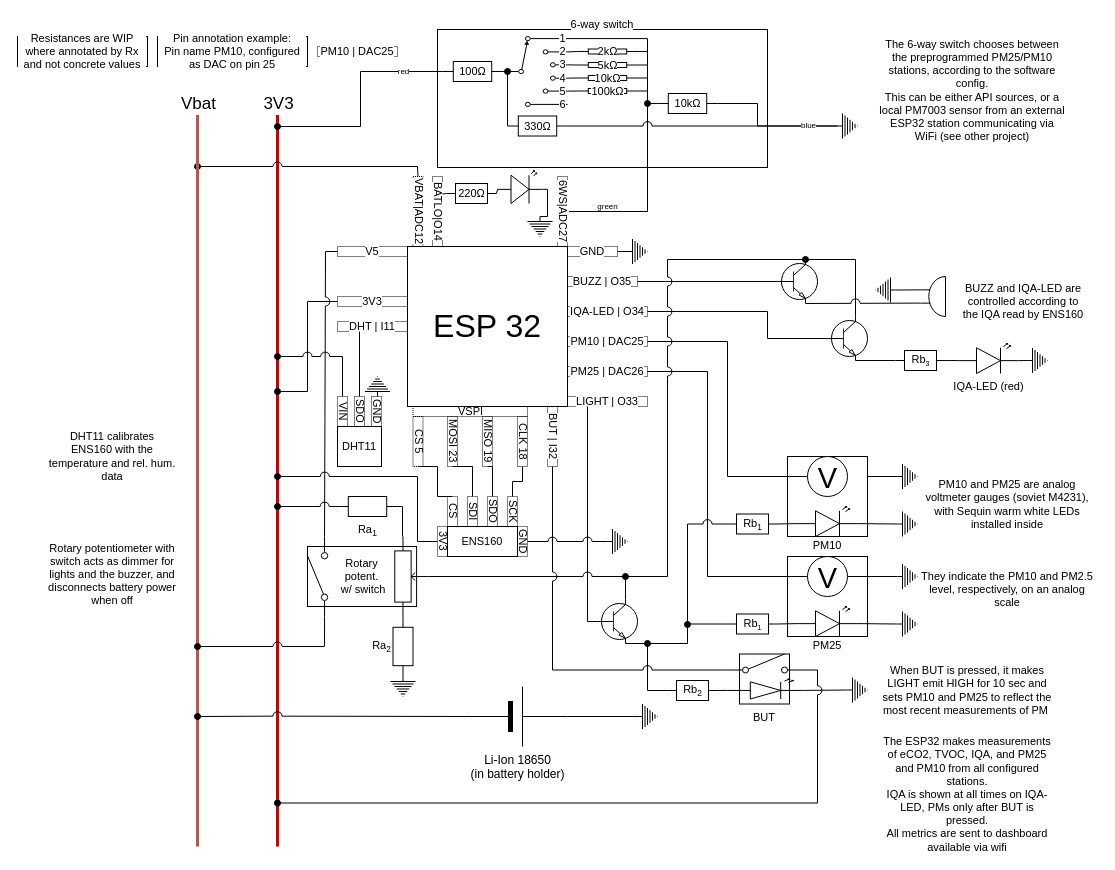
Above: airstation-base.drawio in maclav3/airstation (draw.io), before the change. Source tidied: cells renumbered, new cells numbered last; positions are measured from the earlier drawing's top-left corner, leaving out a move shared by most shapes. Both pictures are drawn from the tidied source at 100%, with x=0, y=0 at pixel (17, 29).
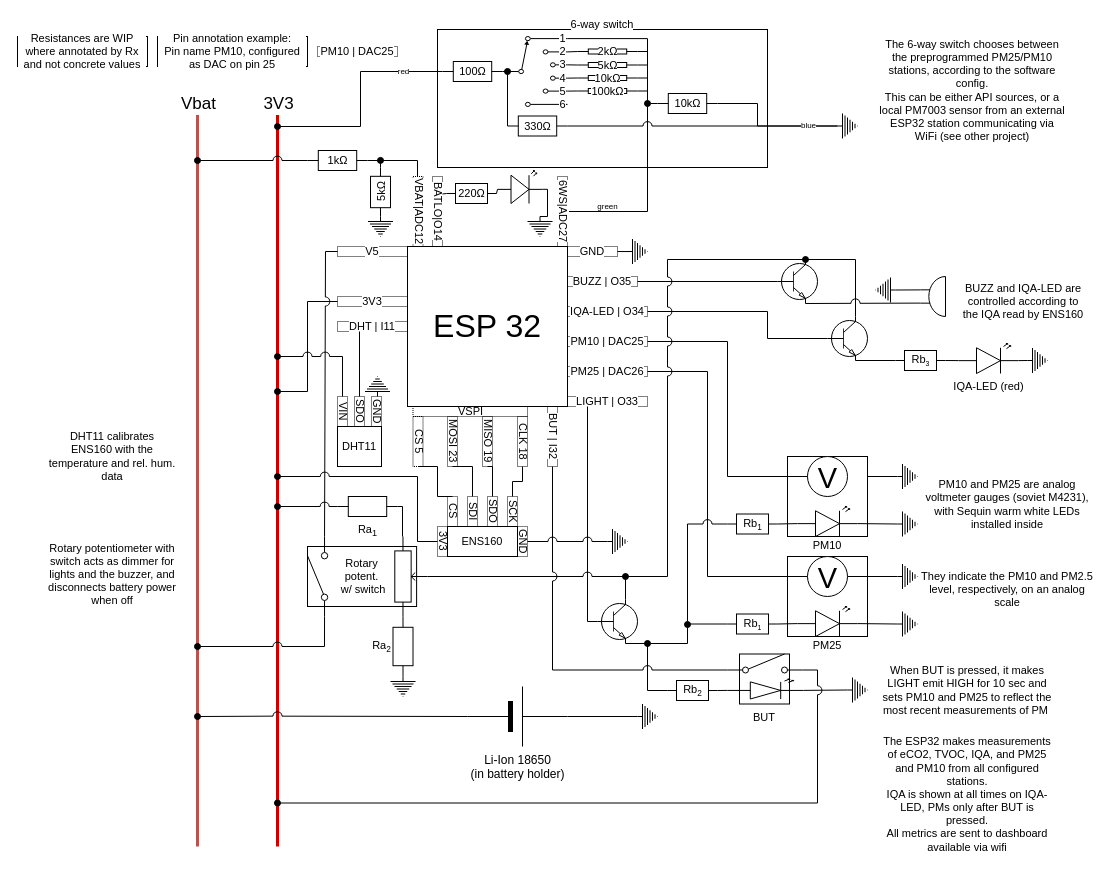
Above is the later version.

Commit message:
add voltage divider to vbat

Unchanged cells that the change refers to:
```xml
<mxCell id="132" value="VBAT|ADC12" style="text;html=1;align=center;verticalAlign=middle;whiteSpace=wrap;rounded=0;fontFamily=Helvetica;fontSize=11;fontColor=default;labelBackgroundColor=default;fillColor=none;strokeColor=default;dashed=1;textDirection=vertical-rl;horizontal=1;direction=south;dashPattern=1 1;" parent="1" vertex="1">
  <mxGeometry x="395.5" y="147" width="10" height="70" as="geometry" />
</mxCell>
```

Diff of the diagram source:
```diff
@@
-    <mxCell id="4" style="edgeStyle=elbowEdgeStyle;shape=connector;rounded=0;jumpStyle=arc;jumpSize=9;jettySize=auto;html=1;strokeColor=default;align=center;verticalAlign=middle;fontFamily=Helvetica;fontSize=11;fontColor=default;labelBackgroundColor=default;startFill=0;endArrow=oval;exitX=0;exitY=0.5;exitDx=0;exitDy=0;endFill=1;" parent="1" edge="1" source="132">
-      <mxGeometry relative="1" as="geometry">
-        <mxPoint x="180" y="137" as="targetPoint" />
-        <Array as="points">
-          <mxPoint x="400" y="137" />
-        </Array>
-      </mxGeometry>
-    </mxCell>
@@
+    <mxCell id="168" style="edgeStyle=elbowEdgeStyle;shape=connector;rounded=0;jumpStyle=arc;jumpSize=9;jettySize=auto;html=1;exitX=1;exitY=0.5;exitDx=0;exitDy=0;exitPerimeter=0;entryX=0;entryY=0.5;entryDx=0;entryDy=0;strokeColor=default;align=center;verticalAlign=middle;fontFamily=Helvetica;fontSize=11;fontColor=default;labelBackgroundColor=default;startFill=0;endArrow=none;" parent="1" edge="1" source="170" target="132">
+      <mxGeometry relative="1" as="geometry">
+        <Array as="points">
+          <mxPoint x="400" y="137" />
+        </Array>
+      </mxGeometry>
+    </mxCell>
+    <mxCell id="169" style="edgeStyle=elbowEdgeStyle;shape=connector;rounded=0;jumpStyle=arc;jumpSize=9;jettySize=auto;html=1;exitX=0;exitY=0.5;exitDx=0;exitDy=0;exitPerimeter=0;strokeColor=default;align=center;verticalAlign=middle;fontFamily=Helvetica;fontSize=11;fontColor=default;labelBackgroundColor=default;startFill=0;endArrow=oval;endFill=1;" parent="1" edge="1" source="170">
+      <mxGeometry relative="1" as="geometry">
+        <mxPoint x="180" y="131" as="targetPoint" />
+      </mxGeometry>
+    </mxCell>
+    <mxCell id="170" value="1kΩ" style="verticalLabelPosition=middle;shadow=0;dashed=0;align=center;html=1;verticalAlign=middle;shape=mxgraph.electrical.resistors.resistor_1;fontFamily=Helvetica;fontSize=11;fontColor=default;labelBackgroundColor=default;labelPosition=center;" parent="1" vertex="1">
+      <mxGeometry x="290" y="121" width="60" height="20" as="geometry" />
+    </mxCell>
+    <mxCell id="171" style="edgeStyle=elbowEdgeStyle;shape=connector;rounded=0;jumpStyle=arc;jumpSize=9;jettySize=auto;html=1;exitX=0;exitY=0.5;exitDx=0;exitDy=0;exitPerimeter=0;strokeColor=default;align=center;verticalAlign=middle;fontFamily=Helvetica;fontSize=11;fontColor=default;labelBackgroundColor=default;startFill=0;endArrow=none;" parent="1" edge="1" source="173">
+      <mxGeometry relative="1" as="geometry">
+        <mxPoint x="363" y="137" as="targetPoint" />
+      </mxGeometry>
+    </mxCell>
+    <mxCell id="172" style="edgeStyle=elbowEdgeStyle;shape=connector;rounded=0;jumpStyle=arc;jumpSize=9;jettySize=auto;html=1;exitX=0;exitY=0.5;exitDx=0;exitDy=0;exitPerimeter=0;strokeColor=default;align=center;verticalAlign=middle;fontFamily=Helvetica;fontSize=11;fontColor=default;labelBackgroundColor=default;startFill=0;endArrow=oval;endFill=1;" parent="1" edge="1" source="173">
+      <mxGeometry relative="1" as="geometry">
+        <mxPoint x="363.1" y="130.9" as="targetPoint" />
+      </mxGeometry>
+    </mxCell>
+    <mxCell id="173" value="5kΩ" style="verticalLabelPosition=middle;shadow=0;dashed=0;align=center;html=1;verticalAlign=middle;shape=mxgraph.electrical.resistors.resistor_1;fontFamily=Helvetica;fontSize=11;fontColor=default;labelBackgroundColor=default;direction=south;labelPosition=center;horizontal=0;" parent="1" vertex="1">
+      <mxGeometry x="353" y="138" width="20" height="49" as="geometry" />
+    </mxCell>
+    <mxCell id="174" style="verticalLabelPosition=bottom;shadow=0;dashed=0;align=center;html=1;verticalAlign=top;shape=mxgraph.electrical.signal_sources.protective_earth;fontFamily=Helvetica;fontSize=11;fontColor=default;labelBackgroundColor=default;direction=east;" parent="1" vertex="1">
+      <mxGeometry x="350.5" y="187" width="25" height="20" as="geometry" />
+    </mxCell>
+    <mxCell id="175" style="edgeStyle=elbowEdgeStyle;shape=connector;rounded=0;jumpStyle=arc;jumpSize=9;jettySize=auto;html=1;entryX=1;entryY=0.5;entryDx=0;entryDy=0;entryPerimeter=0;strokeColor=default;align=center;verticalAlign=middle;fontFamily=Helvetica;fontSize=11;fontColor=default;labelBackgroundColor=default;startFill=0;endArrow=none;" parent="1" edge="1" source="174" target="173">
+      <mxGeometry relative="1" as="geometry" />
+    </mxCell>
```
